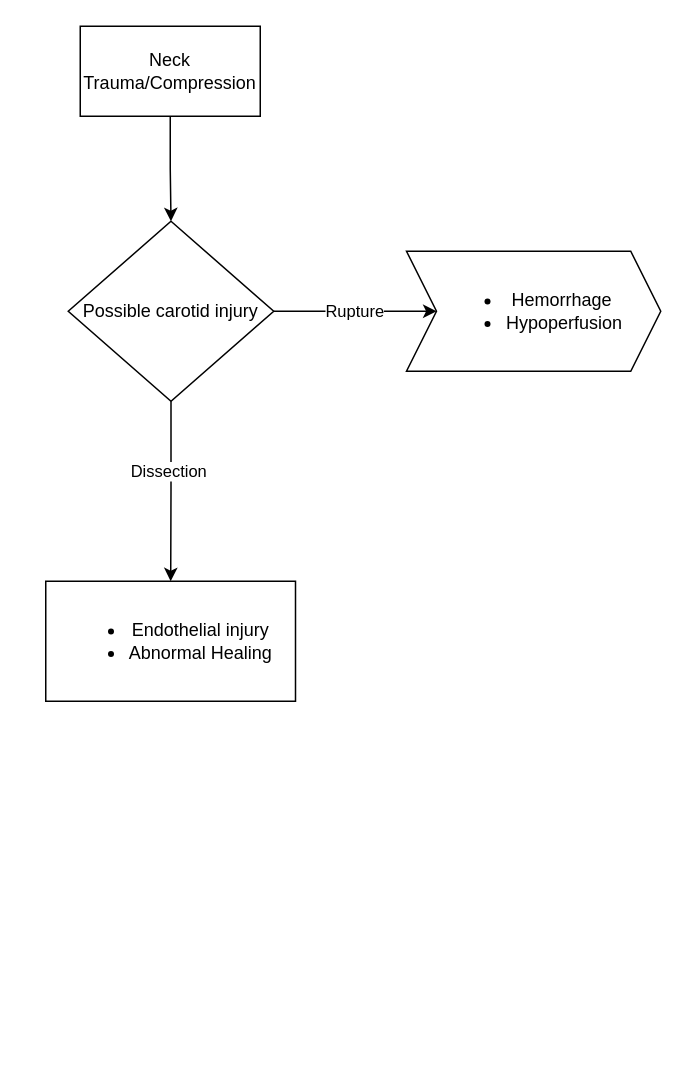
The draw.io diagram symptom-progression.drawio in Scrappers-glitch/Medical-Archive, before the edit. Source tidied: cells renumbered, new cells numbered last; positions are measured from the earlier drawing's top-left corner, leaving out a move shared by most shapes. Both pictures are drawn from the tidied source at 150%, with x=0, y=0 at pixel (45, 26).
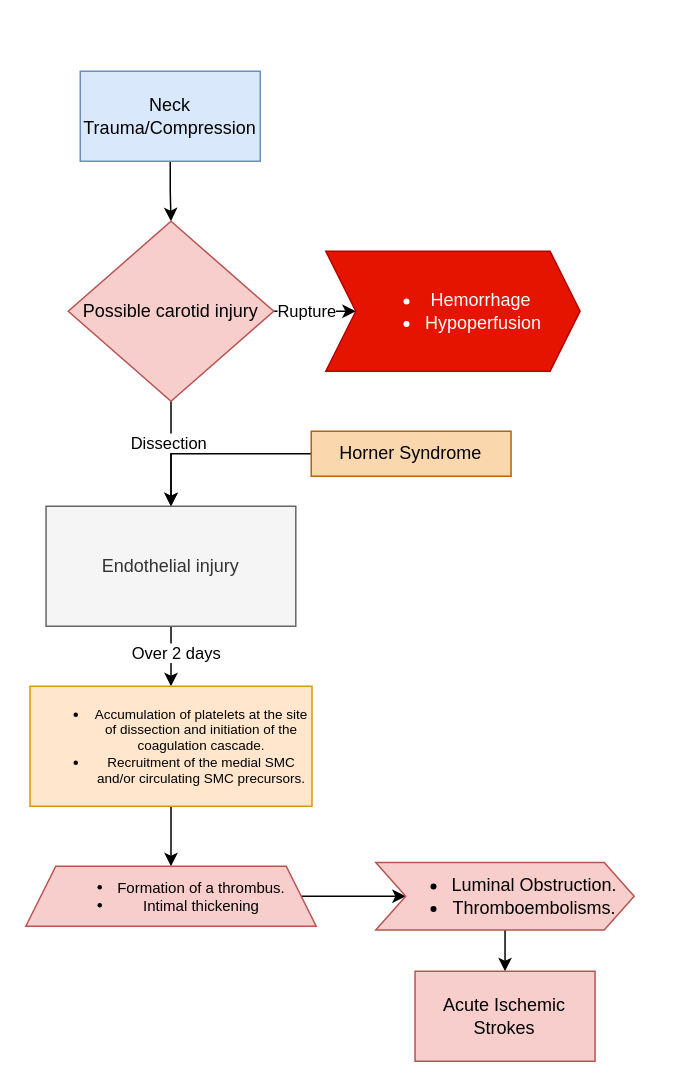
The same diagram, later.

The edit, as a diff of the source:
```diff
@@
-    <mxCell id="3" value="Neck Trauma/Compression" style="rounded=0;whiteSpace=wrap;html=1;" parent="1" vertex="1">
-      <mxGeometry x="23" width="120" height="60" as="geometry" />
+    <mxCell id="3" value="Neck Trauma/Compression" style="rounded=0;whiteSpace=wrap;html=1;fillColor=#dae8fc;strokeColor=#6c8ebf;" parent="1" vertex="1">
+      <mxGeometry x="23" y="30" width="120" height="60" as="geometry" />
     </mxCell>
@@
-    <mxCell id="7" value="Possible carotid injury" style="rhombus;whiteSpace=wrap;html=1;rounded=0;" parent="1" vertex="1">
+    <mxCell id="7" value="Possible carotid injury" style="rhombus;whiteSpace=wrap;html=1;rounded=0;fillColor=#f8cecc;strokeColor=#b85450;" parent="1" vertex="1">
       <mxGeometry x="15" y="130" width="137" height="120" as="geometry" />
     </mxCell>
-    <mxCell id="8" value="&lt;ul&gt;&lt;li&gt;Hemorrhage&amp;nbsp;&lt;/li&gt;&lt;li&gt;Hypoperfusion&lt;/li&gt;&lt;/ul&gt;" style="shape=step;perimeter=stepPerimeter;whiteSpace=wrap;html=1;fixedSize=1;rounded=0;" parent="1" vertex="1">
-      <mxGeometry x="240.5" y="150" width="169.5" height="80" as="geometry" />
+    <mxCell id="8" value="&lt;ul&gt;&lt;li&gt;Hemorrhage&amp;nbsp;&lt;/li&gt;&lt;li&gt;Hypoperfusion&lt;/li&gt;&lt;/ul&gt;" style="shape=step;perimeter=stepPerimeter;whiteSpace=wrap;html=1;fixedSize=1;rounded=0;fillColor=#e51400;fontColor=#ffffff;strokeColor=#B20000;" parent="1" vertex="1">
+      <mxGeometry x="186.7" y="150" width="169.5" height="80" as="geometry" />
     </mxCell>
+    <mxCell id="10" style="edgeStyle=orthogonalEdgeStyle;rounded=0;jettySize=auto;html=1;" parent="1" edge="1" source="9" target="13">
+      <mxGeometry relative="1" as="geometry" />
+    </mxCell>
+    <mxCell id="11" value="Over 2 days" style="edgeLabel;html=1;align=center;verticalAlign=middle;" parent="10" vertex="1">
+      <mxGeometry x="-0.14" y="3" relative="1" as="geometry" />
+    </mxCell>
-    <mxCell id="9" value="&lt;ul&gt;&lt;li&gt;Endothelial injury&lt;/li&gt;&lt;li&gt;Abnormal Healing&lt;/li&gt;&lt;/ul&gt;" style="whiteSpace=wrap;html=1;rounded=0;" parent="1" vertex="1">
-      <mxGeometry y="370" width="166.5" height="80" as="geometry" />
+    <mxCell id="9" value="&lt;span style=&quot;background-color: initial;&quot;&gt;Endothelial injury&lt;/span&gt;" style="whiteSpace=wrap;html=1;rounded=0;fillColor=#f5f5f5;strokeColor=#666666;fontColor=#333333;" parent="1" vertex="1">
+      <mxGeometry x="0.2" y="320" width="166.5" height="80" as="geometry" />
     </mxCell>
+    <mxCell id="12" style="edgeStyle=orthogonalEdgeStyle;rounded=0;jettySize=auto;html=1;" parent="1" edge="1" source="13" target="15">
+      <mxGeometry relative="1" as="geometry" />
+    </mxCell>
+    <mxCell id="13" value="&lt;ul style=&quot;font-size: 9px;&quot;&gt;&lt;li&gt;Accumulation of platelets at the site of dissection and initiation of the coagulation cascade.&lt;/li&gt;&lt;li&gt;Recruitment of the medial SMC and/or circulating SMC precursors.&lt;/li&gt;&lt;/ul&gt;" style="whiteSpace=wrap;html=1;rounded=0;fillColor=#ffe6cc;strokeColor=#d79b00;" parent="1" vertex="1">
+      <mxGeometry x="-10.5" y="440" width="188" height="80" as="geometry" />
+    </mxCell>
+    <mxCell id="14" style="edgeStyle=orthogonalEdgeStyle;rounded=0;jettySize=auto;html=1;" parent="1" edge="1" source="15" target="17">
+      <mxGeometry relative="1" as="geometry" />
+    </mxCell>
+    <mxCell id="15" value="&lt;ul style=&quot;font-size: 10px;&quot;&gt;&lt;li&gt;Formation of a thrombus.&lt;/li&gt;&lt;li&gt;Intimal thickening&lt;/li&gt;&lt;/ul&gt;" style="shape=trapezoid;perimeter=trapezoidPerimeter;whiteSpace=wrap;html=1;fixedSize=1;rounded=0;fillColor=#f8cecc;strokeColor=#b85450;" parent="1" vertex="1">
+      <mxGeometry x="-13.3" y="560" width="193.6" height="40" as="geometry" />
+    </mxCell>
+    <mxCell id="16" style="edgeStyle=orthogonalEdgeStyle;rounded=0;jettySize=auto;html=1;" parent="1" edge="1" source="17" target="18">
+      <mxGeometry relative="1" as="geometry" />
+    </mxCell>
+    <mxCell id="17" value="&lt;ul&gt;&lt;li&gt;Luminal Obstruction.&lt;/li&gt;&lt;li&gt;Thromboembolisms.&lt;/li&gt;&lt;/ul&gt;" style="shape=step;perimeter=stepPerimeter;whiteSpace=wrap;html=1;fixedSize=1;fillColor=#f8cecc;strokeColor=#b85450;rounded=0;" parent="1" vertex="1">
+      <mxGeometry x="220" y="557.5" width="172.3" height="45" as="geometry" />
+    </mxCell>
+    <mxCell id="18" value="Acute Ischemic Strokes" style="rounded=0;whiteSpace=wrap;html=1;fillColor=#f8cecc;strokeColor=#b85450;" parent="1" vertex="1">
+      <mxGeometry x="246.2" y="630" width="120" height="60" as="geometry" />
+    </mxCell>
+    <mxCell id="19" style="edgeStyle=orthogonalEdgeStyle;rounded=0;jettySize=auto;html=1;" parent="1" edge="1" source="20" target="9">
+      <mxGeometry relative="1" as="geometry" />
+    </mxCell>
+    <mxCell id="20" value="&lt;span style=&quot;background-color: initial;&quot;&gt;Horner Syndrome&lt;/span&gt;" style="whiteSpace=wrap;html=1;rounded=0;fillColor=#fad7ac;strokeColor=#b46504;" parent="1" vertex="1">
+      <mxGeometry x="177" y="270" width="133.2" height="30" as="geometry" />
+    </mxCell>
```
